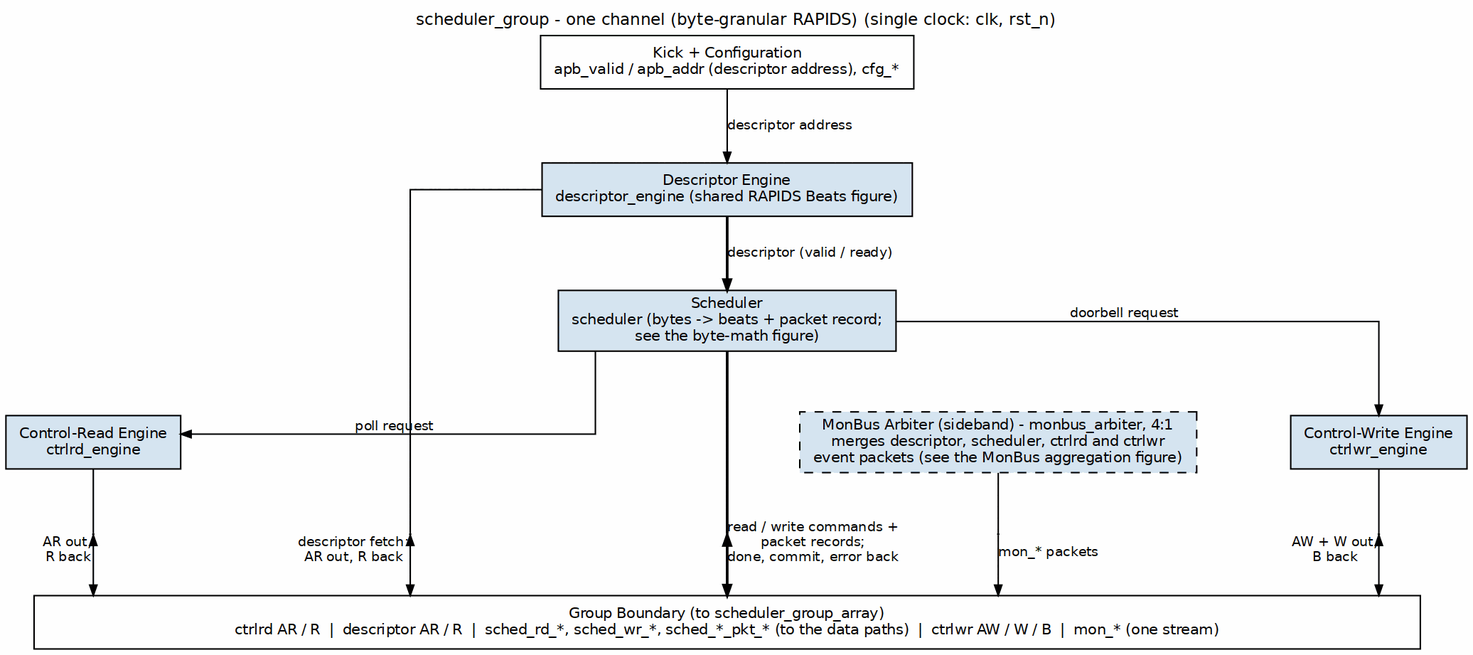
The Graphviz diagram projects/components/dma-ip/rapids/docs/rapids_mas/assets/graphviz/07_scheduler_group.png in sean-galloway/RTLDesignSherpa, before a commit. Its source is kept beside it as projects/components/dma-ip/rapids/docs/rapids_mas/assets/graphviz/07_scheduler_group.dot.
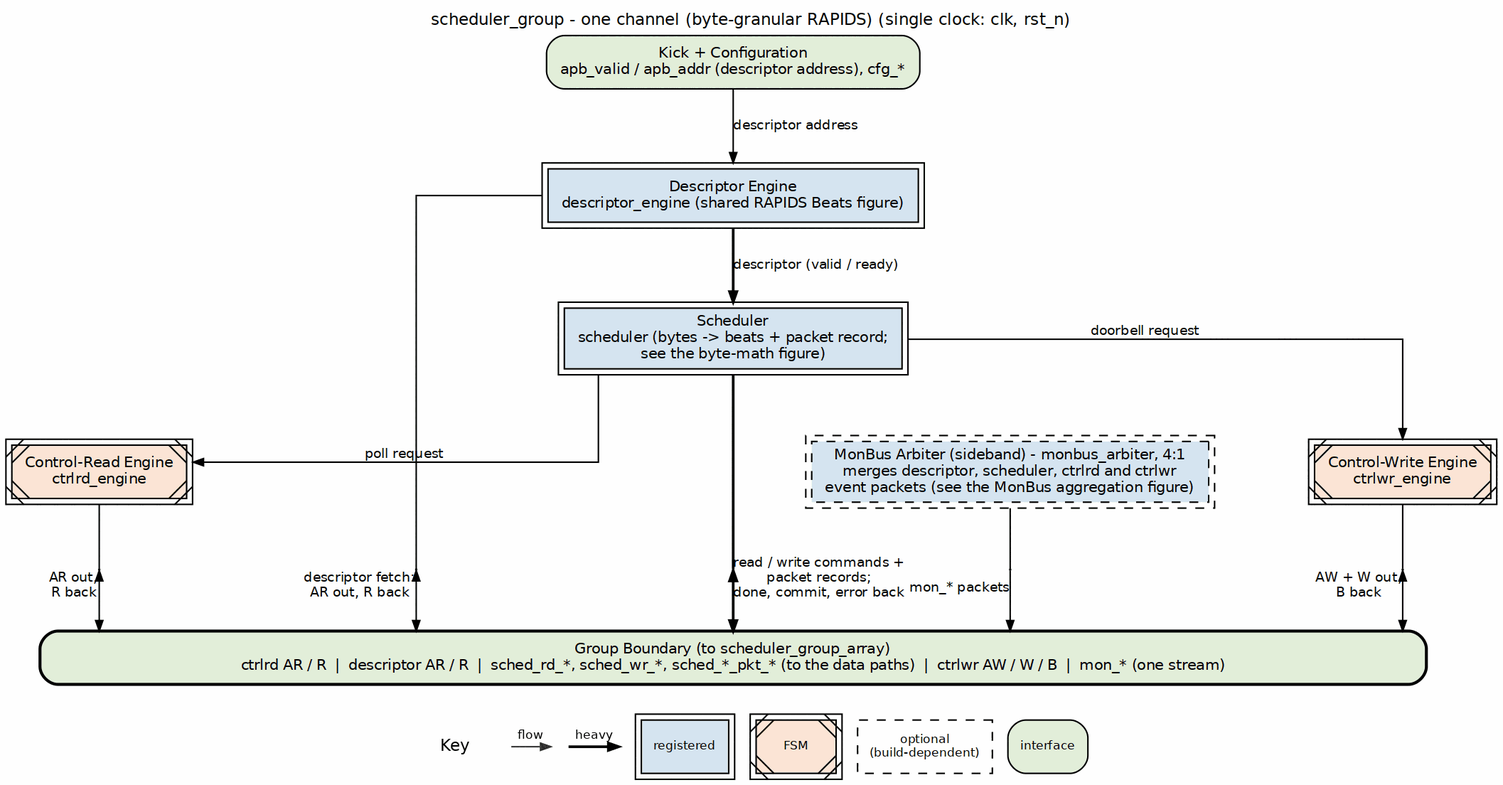
The same diagram one commit later.

Diff of the diagram source:
```diff
@@ -4,20 +4,20 @@
            label="scheduler_group - one channel (byte-granular RAPIDS) (single clock: clk, rst_n)",
            labelloc=t, labeljust=c];
     node  [fontname="Helvetica", fontsize=10, shape=box, style=filled,
-           fillcolor="#D6E4F0", color="black", margin="0.12,0.06"];
+           fillcolor="white", color="black", margin="0.12,0.06"];
     edge  [fontname="Helvetica", fontsize=9, color="black", arrowsize=0.7];
 
-    kick  [label="Kick + Configuration\napb_valid / apb_addr (descriptor address), cfg_*", fillcolor="white", group=C];
-    de    [label="Descriptor Engine\ndescriptor_engine (shared RAPIDS Beats figure)", group=C];
-    sc    [label="Scheduler\nscheduler (bytes -> beats + packet record;\nsee the byte-math figure)", group=C];
-    cr    [label="Control-Read Engine\nctrlrd_engine", group=L];
-    cw    [label="Control-Write Engine\nctrlwr_engine", group=R];
+    kick  [label="Kick + Configuration\napb_valid / apb_addr (descriptor address), cfg_*", fillcolor="white", group=C, style="rounded,filled", fillcolor="#E2EFDA"];
+    de    [label="Descriptor Engine\ndescriptor_engine (shared RAPIDS Beats figure)", group=C, peripheries=2, style="filled", fillcolor="#D6E4F0"];
+    sc    [label="Scheduler\nscheduler (bytes -> beats + packet record;\nsee the byte-math figure)", group=C, peripheries=2, style="filled", fillcolor="#D6E4F0"];
+    cr    [label="Control-Read Engine\nctrlrd_engine", group=L, peripheries=2, style="filled,diagonals", fillcolor="#FCE4D6"];
+    cw    [label="Control-Write Engine\nctrlwr_engine", group=R, peripheries=2, style="filled,diagonals", fillcolor="#FCE4D6"];
     arb   [label="MonBus Arbiter (sideband) - monbus_arbiter, 4:1
 merges descriptor, scheduler, ctrlrd and ctrlwr
-event packets (see the MonBus aggregation figure)", style="filled,dashed", group=M];
+event packets (see the MonBus aggregation figure)", style="filled,dashed", group=M, peripheries=2, style="filled,dashed", fillcolor="#D6E4F0"];
 
     bar [label="Group Boundary (to scheduler_group_array)\nctrlrd AR / R  |  descriptor AR / R  |  sched_rd_*, sched_wr_*, sched_*_pkt_* (to the data paths)  |  ctrlwr AW / W / B  |  mon_* (one stream)",
-         fillcolor="white", width=13.0];
+         fillcolor="white", width=13.0, style="rounded,filled,bold", fillcolor="#E2EFDA"];
 
     kick -> de [label="descriptor address"];
     de   -> sc [label="descriptor (valid / ready)", penwidth=1.8];
```
